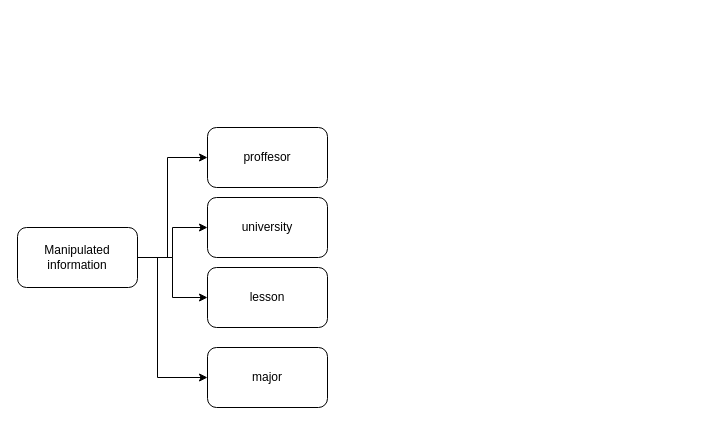
The draw.io diagram page "Page-1" (1 of 2) of Community-based information manipulation system.drawio in ostadbun/docs, before the edit. Source tidied: cells renumbered, new cells numbered last; positions are measured from the earlier drawing's top-left corner, leaving out a move shared by most shapes. Both pictures are drawn from the tidied source at 100%, with x=0, y=0 at pixel (17, 127).
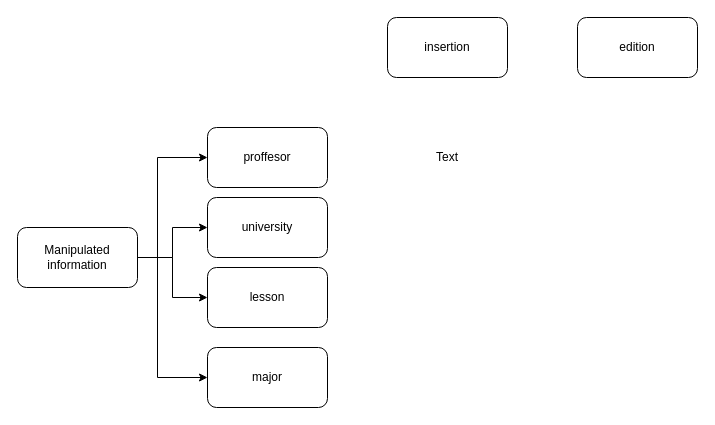
The same diagram, later.

Change to the diagram source:
```diff
@@
 <mxGraphModel>
   <root>
     <mxCell id="0" />
     <mxCell id="1" parent="0" />
     <mxCell id="2" style="edgeStyle=orthogonalEdgeStyle;rounded=0;jettySize=auto;html=1;" parent="1" edge="1" source="6" target="7">
       <mxGeometry relative="1" as="geometry">
         <Array as="points">
-          <mxPoint x="150" y="130" />
-          <mxPoint x="150" y="30" />
+          <mxPoint x="140" y="130" />
+          <mxPoint x="140" y="30" />
         </Array>
       </mxGeometry>
     </mxCell>
     <mxCell id="3" style="edgeStyle=orthogonalEdgeStyle;rounded=0;jettySize=auto;html=1;" parent="1" edge="1" source="6" target="8">
       <mxGeometry relative="1" as="geometry" />
     </mxCell>
     <mxCell id="4" style="edgeStyle=orthogonalEdgeStyle;rounded=0;jettySize=auto;html=1;" parent="1" edge="1" source="6" target="9">
       <mxGeometry relative="1" as="geometry" />
     </mxCell>
     <mxCell id="5" style="edgeStyle=orthogonalEdgeStyle;rounded=0;jettySize=auto;html=1;" parent="1" edge="1" source="6" target="10">
       <mxGeometry relative="1" as="geometry">
         <Array as="points">
           <mxPoint x="140" y="130" />
           <mxPoint x="140" y="250" />
         </Array>
       </mxGeometry>
     </mxCell>
     <mxCell id="6" value="Manipulated information" style="rounded=1;whiteSpace=wrap;html=1;" parent="1" vertex="1">
       <mxGeometry y="100" width="120" height="60" as="geometry" />
     </mxCell>
     <mxCell id="7" value="proffesor" style="whiteSpace=wrap;html=1;rounded=1;" parent="1" vertex="1">
       <mxGeometry x="190" width="120" height="60" as="geometry" />
     </mxCell>
     <mxCell id="8" value="university" style="whiteSpace=wrap;html=1;rounded=1;" parent="1" vertex="1">
       <mxGeometry x="190" y="70" width="120" height="60" as="geometry" />
     </mxCell>
     <mxCell id="9" value="lesson" style="whiteSpace=wrap;html=1;rounded=1;" parent="1" vertex="1">
       <mxGeometry x="190" y="140" width="120" height="60" as="geometry" />
     </mxCell>
     <mxCell id="10" value="major" style="whiteSpace=wrap;html=1;rounded=1;" parent="1" vertex="1">
       <mxGeometry x="190" y="220" width="120" height="60" as="geometry" />
     </mxCell>
+    <mxCell id="11" value="insertion" style="rounded=1;whiteSpace=wrap;html=1;" parent="1" vertex="1">
+      <mxGeometry x="370" y="-110" width="120" height="60" as="geometry" />
+    </mxCell>
+    <mxCell id="12" value="edition" style="rounded=1;whiteSpace=wrap;html=1;" parent="1" vertex="1">
+      <mxGeometry x="560" y="-110" width="120" height="60" as="geometry" />
+    </mxCell>
+    <mxCell id="13" value="Text" style="text;html=1;whiteSpace=wrap;strokeColor=none;fillColor=none;align=center;verticalAlign=middle;rounded=0;" parent="1" vertex="1">
+      <mxGeometry x="400" y="15" width="60" height="30" as="geometry" />
+    </mxCell>
   </root>
 </mxGraphModel>
```
